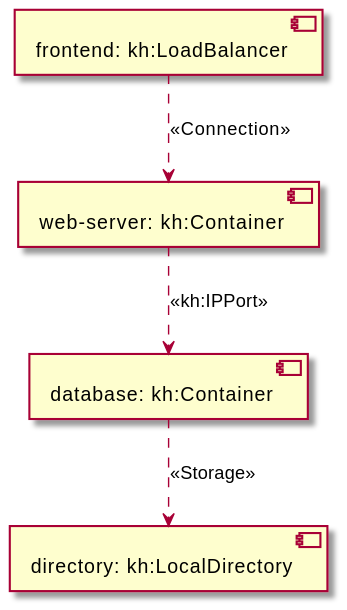
Earlier version of the PlantUML export examples/Khutulun/diagrams/uml2/Khutulun Hello World Example-uml2-deployment-diagram.svg (Orange-OpenSource/Cloudnet-TOSCA-toolbox).
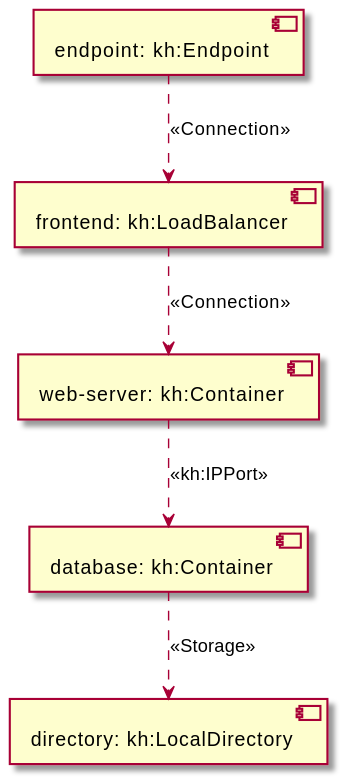
After the change.

Change to the diagram source:
```diff
@@ -2,10 +2,12 @@
 skinparam componentStyle uml2
 allowmixing
 
+component "endpoint: kh:Endpoint" as node_endpoint
 component "frontend: kh:LoadBalancer" as node_frontend
 component "web-server: kh:Container" as node_web_server
 component "database: kh:Container" as node_database
 component "directory: kh:LocalDirectory" as node_directory
+node_endpoint ..> node_frontend : <<Connection>>
 node_frontend ..> node_web_server : <<Connection>>
 node_web_server ..> node_database : <<kh:IPPort>>
 node_database ..> node_directory : <<Storage>>
```
